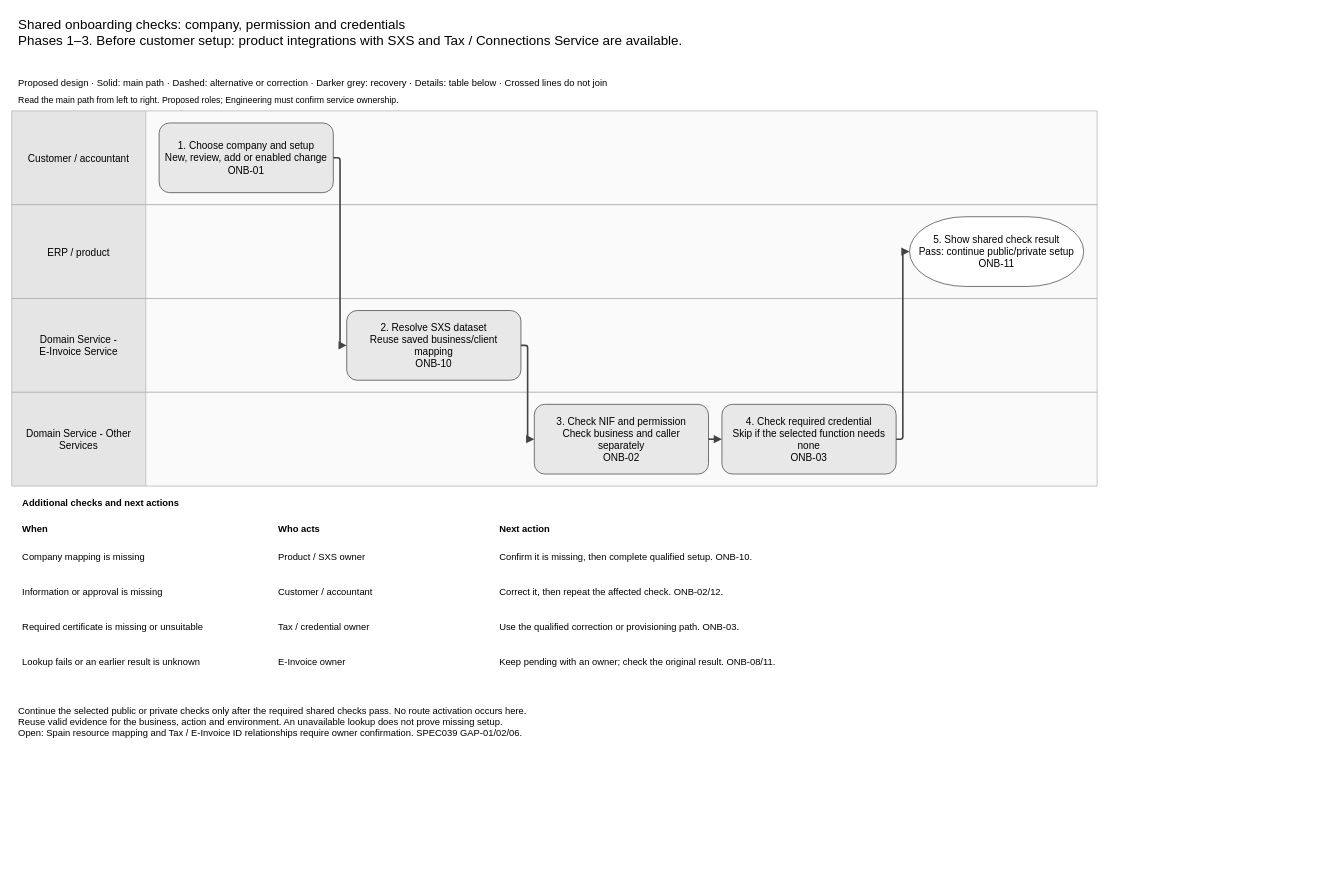
Earlier version of the draw.io diagram assets/diagrams/onboarding-shared-prerequisites-swimlane.drawio (jiaxinhe0709/pm_second_brain). Source tidied: cells renumbered, new cells numbered last; positions are measured from the earlier drawing's top-left corner, leaving out a move shared by most shapes. Both pictures are drawn from the tidied source at 67%, with x=0, y=0 at pixel (11, 11).
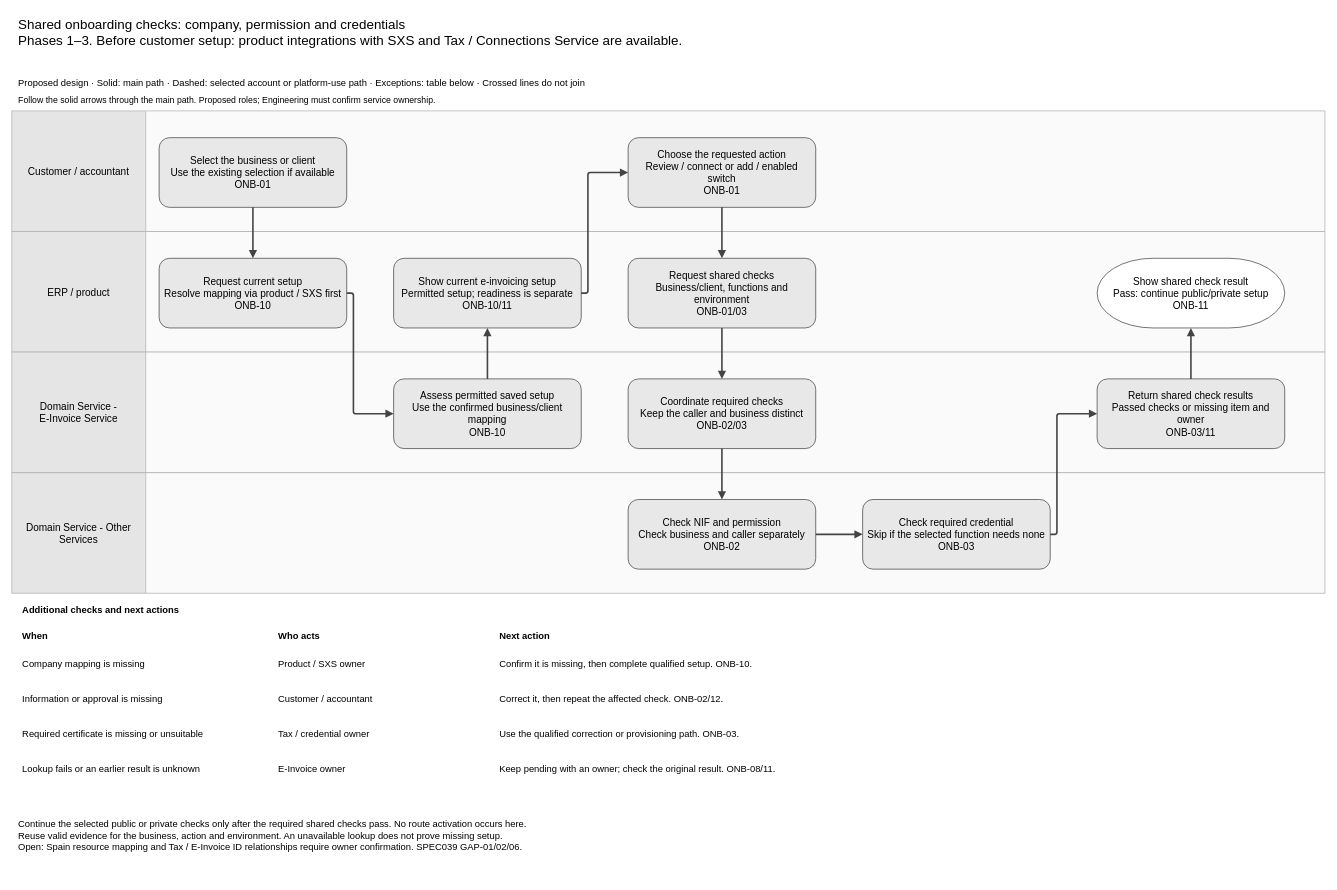
Above is the later version.

The edit, as a diff of the source:
```diff
@@
     <mxCell id="2" value="Shared onboarding checks: company, permission and credentials&#10;Phases 1–3. Before customer setup: product integrations with SXS and Tax / Connections Service are available." style="text;whiteSpace=wrap;html=0;align=left;fontSize=20;" parent="1" vertex="1">
-      <mxGeometry x="8" width="1604" height="95" as="geometry" />
+      <mxGeometry x="8" width="1944" height="95" as="geometry" />
     </mxCell>
-    <mxCell id="3" value="Proposed design · Solid: main path · Dashed: alternative or correction · Darker grey: recovery · Details: table below · Crossed lines do not join" style="text;html=0;align=left;fontSize=14;" parent="1" vertex="1">
-      <mxGeometry x="8" y="92" width="1604" height="22" as="geometry" />
+    <mxCell id="3" value="Proposed design · Solid: main path · Dashed: selected account or platform-use path · Exceptions: table below · Crossed lines do not join" style="text;html=0;align=left;fontSize=14;" parent="1" vertex="1">
+      <mxGeometry x="8" y="92" width="1944" height="22" as="geometry" />
     </mxCell>
-    <mxCell id="4" value="Read the main path from left to right. Proposed roles; Engineering must confirm service ownership." style="text;html=0;align=left;fontSize=13;" parent="1" vertex="1">
-      <mxGeometry x="8" y="118" width="1604" height="24" as="geometry" />
+    <mxCell id="4" value="Follow the solid arrows through the main path. Proposed roles; Engineering must confirm service ownership." style="text;html=0;align=left;fontSize=13;" parent="1" vertex="1">
+      <mxGeometry x="8" y="118" width="1944" height="24" as="geometry" />
     </mxCell>
     <mxCell id="5" value="Customer / accountant" style="swimlane;horizontal=0;noLabel=1;startSize=200;html=0;fillColor=#e5e5e5;swimlaneFillColor=#fafafa;strokeColor=#aaaaaa;" parent="1" vertex="1">
-      <mxGeometry y="148" width="1620" height="140" as="geometry" />
+      <mxGeometry y="148" width="1960" height="180" as="geometry" />
     </mxCell>
     <mxCell id="6" value="Customer / accountant" style="text;html=0;align=center;verticalAlign=middle;fontSize=15;" parent="1" vertex="1">
-      <mxGeometry x="10" y="148" width="180" height="140" as="geometry" />
+      <mxGeometry x="10" y="148" width="180" height="180" as="geometry" />
     </mxCell>
     <mxCell id="7" value="ERP / product" style="swimlane;horizontal=0;noLabel=1;startSize=200;html=0;fillColor=#e5e5e5;swimlaneFillColor=#fafafa;strokeColor=#aaaaaa;" parent="1" vertex="1">
-      <mxGeometry y="288" width="1620" height="140" as="geometry" />
+      <mxGeometry y="328" width="1960" height="180" as="geometry" />
     </mxCell>
     <mxCell id="8" value="ERP / product" style="text;html=0;align=center;verticalAlign=middle;fontSize=15;" parent="1" vertex="1">
-      <mxGeometry x="10" y="288" width="180" height="140" as="geometry" />
+      <mxGeometry x="10" y="328" width="180" height="180" as="geometry" />
     </mxCell>
     <mxCell id="9" value="Domain Service - E-Invoice Service" style="swimlane;horizontal=0;noLabel=1;startSize=200;html=0;fillColor=#e5e5e5;swimlaneFillColor=#fafafa;strokeColor=#aaaaaa;" parent="1" vertex="1">
-      <mxGeometry y="428" width="1620" height="140" as="geometry" />
+      <mxGeometry y="508" width="1960" height="180" as="geometry" />
     </mxCell>
     <mxCell id="10" value="Domain Service -&#10;E-Invoice Service" style="text;html=0;align=center;verticalAlign=middle;fontSize=15;" parent="1" vertex="1">
-      <mxGeometry x="10" y="428" width="180" height="140" as="geometry" />
+      <mxGeometry x="10" y="508" width="180" height="180" as="geometry" />
     </mxCell>
     <mxCell id="11" value="Domain Service - Other Services" style="swimlane;horizontal=0;noLabel=1;startSize=200;html=0;fillColor=#e5e5e5;swimlaneFillColor=#fafafa;strokeColor=#aaaaaa;" parent="1" vertex="1">
-      <mxGeometry y="568" width="1620" height="140" as="geometry" />
+      <mxGeometry y="688" width="1960" height="180" as="geometry" />
     </mxCell>
     <mxCell id="12" value="Domain Service - Other&#10;Services" style="text;html=0;align=center;verticalAlign=middle;fontSize=15;" parent="1" vertex="1">
-      <mxGeometry x="10" y="568" width="180" height="140" as="geometry" />
+      <mxGeometry x="10" y="688" width="180" height="180" as="geometry" />
     </mxCell>
-    <mxCell id="13" value="1. Choose company and setup&#10;New, review, add or enabled change&#10;ONB-01" style="rounded=1;whiteSpace=wrap;html=0;fontSize=15;fillColor=#e8e8e8;strokeColor=#333333;spacing=8;" parent="1" vertex="1">
-      <mxGeometry x="220" y="166" width="260" height="104" as="geometry" />
+    <mxCell id="13" value="Select the business or client&#10;Use the existing selection if available&#10;ONB-01" style="rounded=1;whiteSpace=wrap;html=0;fontSize=15;fillColor=#e8e8e8;strokeColor=#333333;spacing=8;" parent="1" vertex="1">
+      <mxGeometry x="220" y="188" width="280" height="104" as="geometry" />
     </mxCell>
+    <mxCell id="39" value="Request current setup&#10;Resolve mapping via product / SXS first&#10;ONB-10" style="rounded=1;whiteSpace=wrap;html=0;fontSize=15;fillColor=#e8e8e8;strokeColor=#333333;spacing=8;" parent="1" vertex="1">
+      <mxGeometry x="220" y="368" width="280" height="104" as="geometry" />
+    </mxCell>
-    <mxCell id="14" value="2. Resolve SXS dataset&#10;Reuse saved business/client mapping&#10;ONB-10" style="rounded=1;whiteSpace=wrap;html=0;fontSize=15;fillColor=#e8e8e8;strokeColor=#333333;spacing=8;" parent="1" vertex="1">
-      <mxGeometry x="500" y="446" width="260" height="104" as="geometry" />
+    <mxCell id="14" value="Assess permitted saved setup&#10;Use the confirmed business/client mapping&#10;ONB-10" style="rounded=1;whiteSpace=wrap;html=0;fontSize=15;fillColor=#e8e8e8;strokeColor=#333333;spacing=8;" parent="1" vertex="1">
+      <mxGeometry x="570" y="548" width="280" height="104" as="geometry" />
     </mxCell>
+    <mxCell id="40" value="Show current e-invoicing setup&#10;Permitted setup; readiness is separate&#10;ONB-10/11" style="rounded=1;whiteSpace=wrap;html=0;fontSize=15;fillColor=#e8e8e8;strokeColor=#333333;spacing=8;" parent="1" vertex="1">
+      <mxGeometry x="570" y="368" width="280" height="104" as="geometry" />
+    </mxCell>
+    <mxCell id="41" value="Choose the requested action&#10;Review / connect or add / enabled switch&#10;ONB-01" style="rounded=1;whiteSpace=wrap;html=0;fontSize=15;fillColor=#e8e8e8;strokeColor=#333333;spacing=8;" parent="1" vertex="1">
+      <mxGeometry x="920" y="188" width="280" height="104" as="geometry" />
+    </mxCell>
+    <mxCell id="42" value="Request shared checks&#10;Business/client, functions and environment&#10;ONB-01/03" style="rounded=1;whiteSpace=wrap;html=0;fontSize=15;fillColor=#e8e8e8;strokeColor=#333333;spacing=8;" parent="1" vertex="1">
+      <mxGeometry x="920" y="368" width="280" height="104" as="geometry" />
+    </mxCell>
+    <mxCell id="43" value="Coordinate required checks&#10;Keep the caller and business distinct&#10;ONB-02/03" style="rounded=1;whiteSpace=wrap;html=0;fontSize=15;fillColor=#e8e8e8;strokeColor=#333333;spacing=8;" parent="1" vertex="1">
+      <mxGeometry x="920" y="548" width="280" height="104" as="geometry" />
+    </mxCell>
-    <mxCell id="15" value="3. Check NIF and permission&#10;Check business and caller separately&#10;ONB-02" style="rounded=1;whiteSpace=wrap;html=0;fontSize=15;fillColor=#e8e8e8;strokeColor=#333333;spacing=8;" parent="1" vertex="1">
-      <mxGeometry x="780" y="586" width="260" height="104" as="geometry" />
+    <mxCell id="15" value="Check NIF and permission&#10;Check business and caller separately&#10;ONB-02" style="rounded=1;whiteSpace=wrap;html=0;fontSize=15;fillColor=#e8e8e8;strokeColor=#333333;spacing=8;" parent="1" vertex="1">
+      <mxGeometry x="920" y="728" width="280" height="104" as="geometry" />
     </mxCell>
-    <mxCell id="16" value="4. Check required credential&#10;Skip if the selected function needs none&#10;ONB-03" style="rounded=1;whiteSpace=wrap;html=0;fontSize=15;fillColor=#e8e8e8;strokeColor=#333333;spacing=8;" parent="1" vertex="1">
-      <mxGeometry x="1060" y="586" width="260" height="104" as="geometry" />
+    <mxCell id="16" value="Check required credential&#10;Skip if the selected function needs none&#10;ONB-03" style="rounded=1;whiteSpace=wrap;html=0;fontSize=15;fillColor=#e8e8e8;strokeColor=#333333;spacing=8;" parent="1" vertex="1">
+      <mxGeometry x="1270" y="728" width="280" height="104" as="geometry" />
     </mxCell>
+    <mxCell id="44" value="Return shared check results&#10;Passed checks or missing item and owner&#10;ONB-03/11" style="rounded=1;whiteSpace=wrap;html=0;fontSize=15;fillColor=#e8e8e8;strokeColor=#333333;spacing=8;" parent="1" vertex="1">
+      <mxGeometry x="1620" y="548" width="280" height="104" as="geometry" />
+    </mxCell>
-    <mxCell id="17" value="5. Show shared check result&#10;Pass: continue public/private setup&#10;ONB-11" style="rounded=1;arcSize=80;whiteSpace=wrap;html=0;fontSize=15;fillColor=#ffffff;strokeColor=#333333;spacing=8;" parent="1" vertex="1">
-      <mxGeometry x="1340" y="306" width="260" height="104" as="geometry" />
+    <mxCell id="17" value="Show shared check result&#10;Pass: continue public/private setup&#10;ONB-11" style="rounded=1;arcSize=80;whiteSpace=wrap;html=0;fontSize=15;fillColor=#ffffff;strokeColor=#333333;spacing=8;" parent="1" vertex="1">
+      <mxGeometry x="1620" y="368" width="280" height="104" as="geometry" />
     </mxCell>
-    <mxCell id="18" style="edgeStyle=none;endArrow=block;strokeColor=#555555;exitX=1.0;exitY=0.5;entryX=0.0;entryY=0.5;rounded=1;arcSize=7;jumpStyle=arc;jumpSize=7;strokeColor=#444444;strokeWidth=2.4;" parent="1" edge="1" source="13" target="14">
-      <mxGeometry relative="1" as="geometry">
-        <Array as="points">
-          <mxPoint x="490" y="218" />
-          <mxPoint x="490" y="498" />
-        </Array>
-      </mxGeometry>
+    <mxCell id="18" style="edgeStyle=none;endArrow=block;strokeColor=#555555;exitX=0.5;exitY=1.0;entryX=0.5;entryY=0.0;rounded=1;arcSize=7;jumpStyle=arc;jumpSize=7;strokeColor=#444444;strokeWidth=2.4;" parent="1" edge="1" source="13" target="39">
+      <mxGeometry relative="1" as="geometry" />
     </mxCell>
-    <mxCell id="19" style="edgeStyle=none;endArrow=block;strokeColor=#555555;exitX=1.0;exitY=0.5;entryX=0.0;entryY=0.5;rounded=1;arcSize=7;jumpStyle=arc;jumpSize=7;strokeColor=#444444;strokeWidth=2.4;" parent="1" edge="1" source="14" target="15">
+    <mxCell id="19" style="edgeStyle=none;endArrow=block;strokeColor=#555555;exitX=1.0;exitY=0.5;entryX=0.0;entryY=0.5;rounded=1;arcSize=7;jumpStyle=arc;jumpSize=7;strokeColor=#444444;strokeWidth=2.4;" parent="1" edge="1" source="39" target="14">
       <mxGeometry relative="1" as="geometry">
         <Array as="points">
-          <mxPoint x="770" y="498" />
-          <mxPoint x="770" y="638" />
+          <mxPoint x="510" y="420" />
+          <mxPoint x="510" y="600" />
         </Array>
       </mxGeometry>
     </mxCell>
-    <mxCell id="20" style="edgeStyle=none;endArrow=block;strokeColor=#555555;exitX=1.0;exitY=0.5;entryX=0.0;entryY=0.5;rounded=1;arcSize=7;jumpStyle=arc;jumpSize=7;strokeColor=#444444;strokeWidth=2.4;" parent="1" edge="1" source="15" target="16">
+    <mxCell id="20" style="edgeStyle=none;endArrow=block;strokeColor=#555555;exitX=0.5;exitY=0.0;entryX=0.5;entryY=1.0;rounded=1;arcSize=7;jumpStyle=arc;jumpSize=7;strokeColor=#444444;strokeWidth=2.4;" parent="1" edge="1" source="14" target="40">
       <mxGeometry relative="1" as="geometry" />
     </mxCell>
-    <mxCell id="21" style="edgeStyle=none;endArrow=block;strokeColor=#555555;exitX=1.0;exitY=0.5;entryX=0.0;entryY=0.5;rounded=1;arcSize=7;jumpStyle=arc;jumpSize=7;strokeColor=#444444;strokeWidth=2.4;" parent="1" edge="1" source="16" target="17">
+    <mxCell id="21" style="edgeStyle=none;endArrow=block;strokeColor=#555555;exitX=1.0;exitY=0.5;entryX=0.0;entryY=0.5;rounded=1;arcSize=7;jumpStyle=arc;jumpSize=7;strokeColor=#444444;strokeWidth=2.4;" parent="1" edge="1" source="40" target="41">
       <mxGeometry relative="1" as="geometry">
         <Array as="points">
-          <mxPoint x="1330" y="638" />
-          <mxPoint x="1330" y="358" />
+          <mxPoint x="860" y="420" />
+          <mxPoint x="860" y="240" />
         </Array>
       </mxGeometry>
     </mxCell>
+    <mxCell id="45" style="edgeStyle=none;endArrow=block;strokeColor=#555555;exitX=0.5;exitY=1.0;entryX=0.5;entryY=0.0;rounded=1;arcSize=7;jumpStyle=arc;jumpSize=7;strokeColor=#444444;strokeWidth=2.4;" parent="1" edge="1" source="41" target="42">
+      <mxGeometry relative="1" as="geometry" />
+    </mxCell>
+    <mxCell id="46" style="edgeStyle=none;endArrow=block;strokeColor=#555555;exitX=0.5;exitY=1.0;entryX=0.5;entryY=0.0;rounded=1;arcSize=7;jumpStyle=arc;jumpSize=7;strokeColor=#444444;strokeWidth=2.4;" parent="1" edge="1" source="42" target="43">
+      <mxGeometry relative="1" as="geometry" />
+    </mxCell>
+    <mxCell id="47" style="edgeStyle=none;endArrow=block;strokeColor=#555555;exitX=0.5;exitY=1.0;entryX=0.5;entryY=0.0;rounded=1;arcSize=7;jumpStyle=arc;jumpSize=7;strokeColor=#444444;strokeWidth=2.4;" parent="1" edge="1" source="43" target="15">
+      <mxGeometry relative="1" as="geometry" />
+    </mxCell>
+    <mxCell id="48" style="edgeStyle=none;endArrow=block;strokeColor=#555555;exitX=1.0;exitY=0.5;entryX=0.0;entryY=0.5;rounded=1;arcSize=7;jumpStyle=arc;jumpSize=7;strokeColor=#444444;strokeWidth=2.4;" parent="1" edge="1" source="15" target="16">
+      <mxGeometry relative="1" as="geometry" />
+    </mxCell>
+    <mxCell id="49" style="edgeStyle=none;endArrow=block;strokeColor=#555555;exitX=1.0;exitY=0.5;entryX=0.0;entryY=0.5;rounded=1;arcSize=7;jumpStyle=arc;jumpSize=7;strokeColor=#444444;strokeWidth=2.4;" parent="1" edge="1" source="16" target="44">
+      <mxGeometry relative="1" as="geometry">
+        <Array as="points">
+          <mxPoint x="1560" y="780" />
+          <mxPoint x="1560" y="600" />
+        </Array>
+      </mxGeometry>
+    </mxCell>
+    <mxCell id="50" style="edgeStyle=none;endArrow=block;strokeColor=#555555;exitX=0.5;exitY=0.0;entryX=0.5;entryY=1.0;rounded=1;arcSize=7;jumpStyle=arc;jumpSize=7;strokeColor=#444444;strokeWidth=2.4;" parent="1" edge="1" source="44" target="17">
+      <mxGeometry relative="1" as="geometry" />
+    </mxCell>
     <mxCell id="22" value="Continue the selected public or private checks only after the required shared checks pass. No route activation occurs here.&#10;Reuse valid evidence for the business, action and environment. An unavailable lookup does not prove missing setup.&#10;Open: Spain resource mapping and Tax / E-Invoice ID relationships require owner confirmation. SPEC039 GAP-01/02/06." style="text;html=0;align=left;fontSize=14;" parent="1" vertex="1">
-      <mxGeometry x="8" y="1028" width="1604" height="96" as="geometry" />
+      <mxGeometry x="8" y="1198" width="1944" height="96" as="geometry" />
     </mxCell>
     <mxCell id="23" value="Additional checks and next actions" style="text;html=0;whiteSpace=wrap;align=left;verticalAlign=middle;fontSize=14;spacing=8;fontStyle=1;" parent="1" vertex="1">
-      <mxGeometry x="8" y="718" width="1604" height="30" as="geometry" />
+      <mxGeometry x="8" y="878" width="1944" height="30" as="geometry" />
     </mxCell>
     <mxCell id="24" value="When" style="text;html=0;whiteSpace=wrap;align=left;verticalAlign=middle;fontSize=14;spacing=8;fontStyle=1;" parent="1" vertex="1">
-      <mxGeometry x="8" y="756" width="382" height="32" as="geometry" />
+      <mxGeometry x="8" y="916" width="382" height="32" as="geometry" />
     </mxCell>
     <mxCell id="25" value="Who acts" style="text;html=0;whiteSpace=wrap;align=left;verticalAlign=middle;fontSize=14;spacing=8;fontStyle=1;" parent="1" vertex="1">
-      <mxGeometry x="390" y="756" width="330" height="32" as="geometry" />
+      <mxGeometry x="390" y="916" width="330" height="32" as="geometry" />
     </mxCell>
     <mxCell id="26" value="Next action" style="text;html=0;whiteSpace=wrap;align=left;verticalAlign=middle;fontSize=14;spacing=8;fontStyle=1;" parent="1" vertex="1">
-      <mxGeometry x="720" y="756" width="892" height="32" as="geometry" />
+      <mxGeometry x="720" y="916" width="1232" height="32" as="geometry" />
     </mxCell>
     <mxCell id="27" value="Company mapping is missing" style="text;html=0;whiteSpace=wrap;align=left;verticalAlign=middle;fontSize=14;spacing=8;" parent="1" vertex="1">
-      <mxGeometry x="8" y="788" width="382" height="52" as="geometry" />
+      <mxGeometry x="8" y="948" width="382" height="52" as="geometry" />
     </mxCell>
     <mxCell id="28" value="Product / SXS owner" style="text;html=0;whiteSpace=wrap;align=left;verticalAlign=middle;fontSize=14;spacing=8;" parent="1" vertex="1">
-      <mxGeometry x="390" y="788" width="330" height="52" as="geometry" />
+      <mxGeometry x="390" y="948" width="330" height="52" as="geometry" />
     </mxCell>
     <mxCell id="29" value="Confirm it is missing, then complete qualified setup. ONB-10." style="text;html=0;whiteSpace=wrap;align=left;verticalAlign=middle;fontSize=14;spacing=8;" parent="1" vertex="1">
-      <mxGeometry x="720" y="788" width="892" height="52" as="geometry" />
+      <mxGeometry x="720" y="948" width="1232" height="52" as="geometry" />
     </mxCell>
     <mxCell id="30" value="Information or approval is missing" style="text;html=0;whiteSpace=wrap;align=left;verticalAlign=middle;fontSize=14;spacing=8;" parent="1" vertex="1">
-      <mxGeometry x="8" y="840" width="382" height="52" as="geometry" />
+      <mxGeometry x="8" y="1000" width="382" height="52" as="geometry" />
     </mxCell>
     <mxCell id="31" value="Customer / accountant" style="text;html=0;whiteSpace=wrap;align=left;verticalAlign=middle;fontSize=14;spacing=8;" parent="1" vertex="1">
-      <mxGeometry x="390" y="840" width="330" height="52" as="geometry" />
+      <mxGeometry x="390" y="1000" width="330" height="52" as="geometry" />
     </mxCell>
     <mxCell id="32" value="Correct it, then repeat the affected check. ONB-02/12." style="text;html=0;whiteSpace=wrap;align=left;verticalAlign=middle;fontSize=14;spacing=8;" parent="1" vertex="1">
-      <mxGeometry x="720" y="840" width="892" height="52" as="geometry" />
+      <mxGeometry x="720" y="1000" width="1232" height="52" as="geometry" />
     </mxCell>
     <mxCell id="33" value="Required certificate is missing or unsuitable" style="text;html=0;whiteSpace=wrap;align=left;verticalAlign=middle;fontSize=14;spacing=8;" parent="1" vertex="1">
-      <mxGeometry x="8" y="892" width="382" height="52" as="geometry" />
+      <mxGeometry x="8" y="1052" width="382" height="52" as="geometry" />
     </mxCell>
     <mxCell id="34" value="Tax / credential owner" style="text;html=0;whiteSpace=wrap;align=left;verticalAlign=middle;fontSize=14;spacing=8;" parent="1" vertex="1">
-      <mxGeometry x="390" y="892" width="330" height="52" as="geometry" />
+      <mxGeometry x="390" y="1052" width="330" height="52" as="geometry" />
     </mxCell>
     <mxCell id="35" value="Use the qualified correction or provisioning path. ONB-03." style="text;html=0;whiteSpace=wrap;align=left;verticalAlign=middle;fontSize=14;spacing=8;" parent="1" vertex="1">
-      <mxGeometry x="720" y="892" width="892" height="52" as="geometry" />
+      <mxGeometry x="720" y="1052" width="1232" height="52" as="geometry" />
     </mxCell>
     <mxCell id="36" value="Lookup fails or an earlier result is unknown" style="text;html=0;whiteSpace=wrap;align=left;verticalAlign=middle;fontSize=14;spacing=8;" parent="1" vertex="1">
-      <mxGeometry x="8" y="944" width="382" height="52" as="geometry" />
+      <mxGeometry x="8" y="1104" width="382" height="52" as="geometry" />
     </mxCell>
     <mxCell id="37" value="E-Invoice owner" style="text;html=0;whiteSpace=wrap;align=left;verticalAlign=middle;fontSize=14;spacing=8;" parent="1" vertex="1">
-      <mxGeometry x="390" y="944" width="330" height="52" as="geometry" />
+      <mxGeometry x="390" y="1104" width="330" height="52" as="geometry" />
     </mxCell>
     <mxCell id="38" value="Keep pending with an owner; check the original result. ONB-08/11." style="text;html=0;whiteSpace=wrap;align=left;verticalAlign=middle;fontSize=14;spacing=8;" parent="1" vertex="1">
-      <mxGeometry x="720" y="944" width="892" height="52" as="geometry" />
+      <mxGeometry x="720" y="1104" width="1232" height="52" as="geometry" />
     </mxCell>
```
